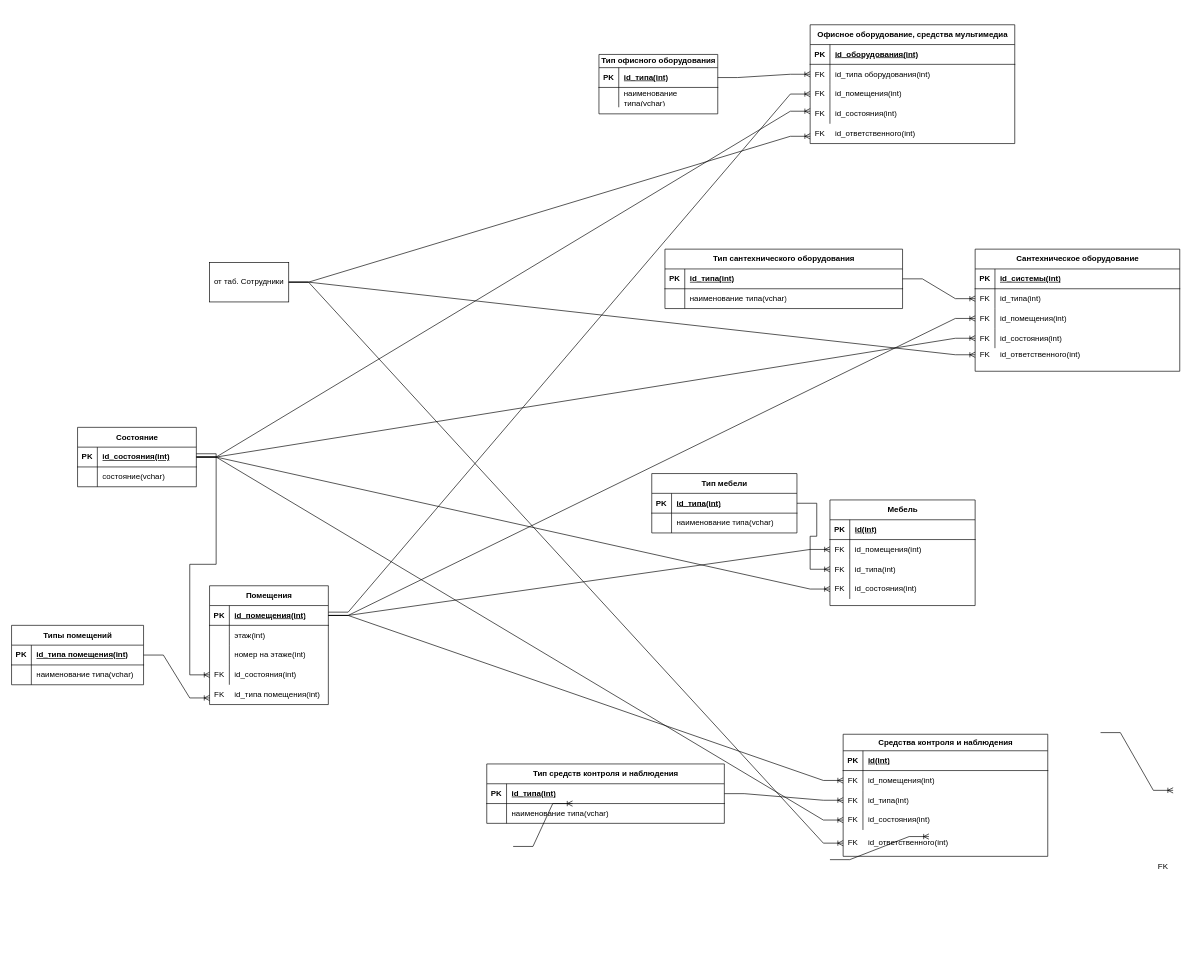
Above: page "Страница 1" (1 of 4) of Museum_DB.drawio in alexolhovskiy/BD_diagramma (draw.io), before the change. Source tidied: cells renumbered, new cells numbered last; positions are measured from the earlier drawing's top-left corner, leaving out a move shared by most shapes. Both pictures are drawn from the tidied source at 66%, with x=0, y=0 at pixel (11, 24).
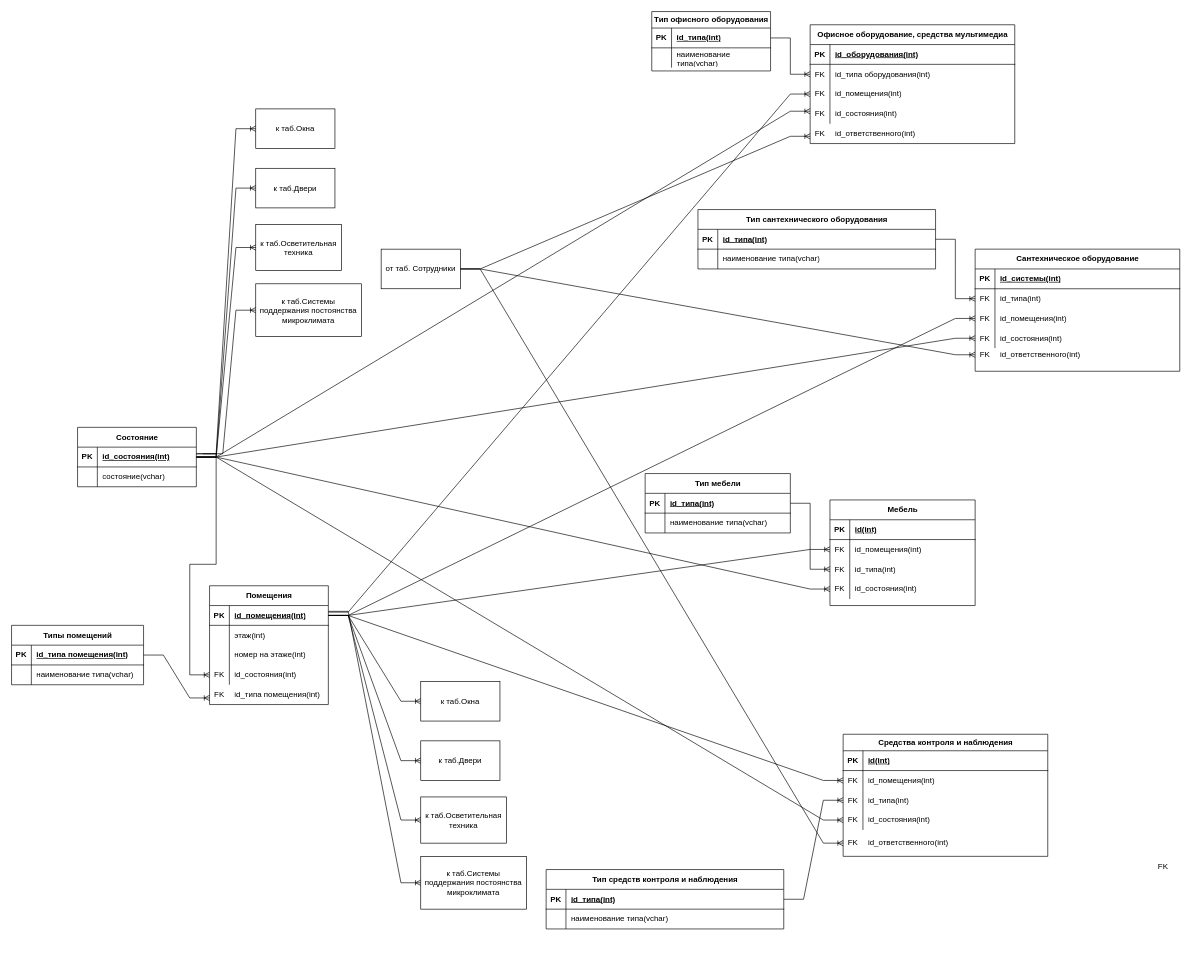
Above is the later version.

The change refers to these unchanged cells:
```xml
<mxCell id="3" style="shape=tableRow;horizontal=0;startSize=0;swimlaneHead=0;swimlaneBody=0;fillColor=none;points=[[0,0.5],[1,0.5]];portConstraint=eastwest;top=0;left=0;right=0;bottom=1;" parent="2" vertex="1">
  <mxGeometry y="30" width="180" height="30" as="geometry" />
</mxCell>
<mxCell id="115" style="shape=tableRow;horizontal=0;startSize=0;swimlaneHead=0;swimlaneBody=0;fillColor=none;points=[[0,0.5],[1,0.5]];portConstraint=eastwest;top=0;left=0;right=0;bottom=1;" parent="114" vertex="1">
  <mxGeometry y="30" width="180" height="30" as="geometry" />
</mxCell>
```

What changed in the source:
```diff
@@
     <mxCell id="25" value="Тип средств контроля и наблюдения" style="shape=table;startSize=30;childLayout=tableLayout;rowLines=0;fontStyle=1;align=center;html=1;" parent="1" vertex="1">
-      <mxGeometry x="720" y="1120" width="360" height="90" as="geometry" />
+      <mxGeometry x="810" y="1280" width="360" height="90" as="geometry" />
     </mxCell>
@@
     <mxCell id="48" value="Тип мебели" style="shape=table;startSize=30;childLayout=tableLayout;rowLines=0;fontStyle=1;align=center;html=1;" parent="1" vertex="1">
-      <mxGeometry x="970" y="680" width="220" height="90" as="geometry" />
+      <mxGeometry x="960" y="680" width="220" height="90" as="geometry" />
     </mxCell>
@@
-    <mxCell id="70" value="Тип офисного оборудования" style="shape=table;startSize=20;childLayout=tableLayout;rowLines=0;fontStyle=1;align=center;html=1;" parent="1" vertex="1">
-      <mxGeometry x="890" y="45" width="180" height="90" as="geometry" />
+    <mxCell id="70" value="Тип офисного оборудования" style="shape=table;startSize=25;childLayout=tableLayout;rowLines=0;fontStyle=1;align=center;html=1;" parent="1" vertex="1">
+      <mxGeometry x="970" y="-20" width="180" height="90" as="geometry" />
     </mxCell>
     <mxCell id="71" style="shape=tableRow;horizontal=0;startSize=0;swimlaneHead=0;swimlaneBody=0;fillColor=none;points=[[0,0.5],[1,0.5]];portConstraint=eastwest;top=0;left=0;right=0;bottom=1;" parent="70" vertex="1">
-      <mxGeometry y="20" width="180" height="30" as="geometry" />
+      <mxGeometry y="25" width="180" height="30" as="geometry" />
     </mxCell>
@@
     <mxCell id="74" style="shape=tableRow;horizontal=0;startSize=0;swimlaneHead=0;swimlaneBody=0;fillColor=none;top=0;left=0;right=0;bottom=0;" parent="70" vertex="1">
-      <mxGeometry y="50" width="180" height="30" as="geometry" />
+      <mxGeometry y="55" width="180" height="30" as="geometry" />
     </mxCell>
@@
-    <mxCell id="78" style="edgeStyle=entityRelationEdgeStyle;fontSize=12;html=1;endArrow=ERoneToMany;rounded=0;exitX=1;exitY=0.5;exitDx=0;exitDy=0;entryX=0;entryY=0.5;entryDx=0;entryDy=0;" parent="1" edge="1">
-      <mxGeometry relative="1" as="geometry">
-        <mxPoint x="1240" y="1265" as="sourcePoint" />
-        <mxPoint x="1390" y="1230" as="targetPoint" />
-      </mxGeometry>
-    </mxCell>
-    <mxCell id="79" style="edgeStyle=entityRelationEdgeStyle;fontSize=12;html=1;endArrow=ERoneToMany;rounded=0;exitX=1;exitY=0.5;exitDx=0;exitDy=0;entryX=0;entryY=0.5;entryDx=0;entryDy=0;" parent="1" edge="1">
-      <mxGeometry relative="1" as="geometry">
-        <mxPoint x="760" y="1245" as="sourcePoint" />
-        <mxPoint x="850" y="1180" as="targetPoint" />
-      </mxGeometry>
-    </mxCell>
     <mxCell id="80" value="Тип сантехнического оборудования" style="shape=table;startSize=30;childLayout=tableLayout;rowLines=0;fontStyle=1;align=center;html=1;" parent="1" vertex="1">
-      <mxGeometry x="990" y="340" width="360" height="90" as="geometry" />
+      <mxGeometry x="1040" y="280" width="360" height="90" as="geometry" />
     </mxCell>
@@
-    <mxCell id="92" style="edgeStyle=entityRelationEdgeStyle;fontSize=12;html=1;endArrow=ERoneToMany;rounded=0;exitX=1;exitY=0.5;exitDx=0;exitDy=0;entryX=0;entryY=0.5;entryDx=0;entryDy=0;" parent="1" edge="1">
-      <mxGeometry relative="1" as="geometry">
-        <mxPoint x="1650" y="1072.5" as="sourcePoint" />
-        <mxPoint x="1760" y="1160" as="targetPoint" />
-      </mxGeometry>
-    </mxCell>
     <mxCell id="93" value="&lt;div&gt;от таб. Сотрудники&lt;/div&gt;" style="rounded=0;whiteSpace=wrap;html=1;" parent="1" vertex="1">
-      <mxGeometry x="300" y="360" width="120" height="60" as="geometry" />
+      <mxGeometry x="560" y="340" width="120" height="60" as="geometry" />
     </mxCell>
@@
+    <mxCell id="142" value="к таб.Окна" style="rounded=0;whiteSpace=wrap;html=1;" parent="1" vertex="1">
+      <mxGeometry x="620" y="995" width="120" height="60" as="geometry" />
+    </mxCell>
+    <mxCell id="143" value="к таб.Двери" style="rounded=0;whiteSpace=wrap;html=1;" parent="1" vertex="1">
+      <mxGeometry x="620" y="1085" width="120" height="60" as="geometry" />
+    </mxCell>
+    <mxCell id="144" value="к таб.Системы поддержания постоянства микроклимата" style="rounded=0;whiteSpace=wrap;html=1;" parent="1" vertex="1">
+      <mxGeometry x="620" y="1260" width="160" height="80" as="geometry" />
+    </mxCell>
+    <mxCell id="145" value="&lt;div&gt;к таб.Осветительная техника&lt;/div&gt;" style="rounded=0;whiteSpace=wrap;html=1;" parent="1" vertex="1">
+      <mxGeometry x="620" y="1170" width="130" height="70" as="geometry" />
+    </mxCell>
+    <mxCell id="146" style="edgeStyle=entityRelationEdgeStyle;fontSize=12;html=1;endArrow=ERoneToMany;rounded=0;exitX=1;exitY=0.5;exitDx=0;exitDy=0;entryX=0;entryY=0.5;entryDx=0;entryDy=0;" parent="1" edge="1" source="115" target="142">
+      <mxGeometry relative="1" as="geometry" />
+    </mxCell>
+    <mxCell id="147" style="edgeStyle=entityRelationEdgeStyle;fontSize=12;html=1;endArrow=ERoneToMany;rounded=0;exitX=1;exitY=0.5;exitDx=0;exitDy=0;entryX=0;entryY=0.5;entryDx=0;entryDy=0;" parent="1" edge="1" source="115" target="143">
+      <mxGeometry relative="1" as="geometry" />
+    </mxCell>
+    <mxCell id="148" style="edgeStyle=entityRelationEdgeStyle;fontSize=12;html=1;endArrow=ERoneToMany;rounded=0;exitX=1;exitY=0.5;exitDx=0;exitDy=0;entryX=0;entryY=0.5;entryDx=0;entryDy=0;" parent="1" edge="1" source="115" target="145">
+      <mxGeometry relative="1" as="geometry" />
+    </mxCell>
+    <mxCell id="149" style="edgeStyle=entityRelationEdgeStyle;fontSize=12;html=1;endArrow=ERoneToMany;rounded=0;entryX=0;entryY=0.5;entryDx=0;entryDy=0;" parent="1" edge="1" target="144">
+      <mxGeometry relative="1" as="geometry">
+        <mxPoint x="480" y="888.8" as="sourcePoint" />
+      </mxGeometry>
+    </mxCell>
+    <mxCell id="150" value="к таб.Окна" style="rounded=0;whiteSpace=wrap;html=1;" parent="1" vertex="1">
+      <mxGeometry x="370" y="127.5" width="120" height="60" as="geometry" />
+    </mxCell>
+    <mxCell id="151" value="к таб.Двери" style="rounded=0;whiteSpace=wrap;html=1;" parent="1" vertex="1">
+      <mxGeometry x="370" y="217.5" width="120" height="60" as="geometry" />
+    </mxCell>
+    <mxCell id="152" value="к таб.Системы поддержания постоянства микроклимата" style="rounded=0;whiteSpace=wrap;html=1;" parent="1" vertex="1">
+      <mxGeometry x="370" y="392.5" width="160" height="80" as="geometry" />
+    </mxCell>
+    <mxCell id="153" value="&lt;div&gt;к таб.Осветительная техника&lt;/div&gt;" style="rounded=0;whiteSpace=wrap;html=1;" parent="1" vertex="1">
+      <mxGeometry x="370" y="302.5" width="130" height="70" as="geometry" />
+    </mxCell>
+    <mxCell id="154" style="edgeStyle=entityRelationEdgeStyle;fontSize=12;html=1;endArrow=ERoneToMany;rounded=0;" parent="1" edge="1" target="152">
+      <mxGeometry relative="1" as="geometry">
+        <mxPoint x="290" y="650" as="sourcePoint" />
+      </mxGeometry>
+    </mxCell>
+    <mxCell id="155" style="edgeStyle=entityRelationEdgeStyle;fontSize=12;html=1;endArrow=ERoneToMany;rounded=0;exitX=1;exitY=0.5;exitDx=0;exitDy=0;entryX=0;entryY=0.5;entryDx=0;entryDy=0;" parent="1" edge="1" source="3" target="153">
+      <mxGeometry relative="1" as="geometry" />
+    </mxCell>
+    <mxCell id="156" style="edgeStyle=entityRelationEdgeStyle;fontSize=12;html=1;endArrow=ERoneToMany;rounded=0;exitX=1;exitY=0.5;exitDx=0;exitDy=0;entryX=0;entryY=0.5;entryDx=0;entryDy=0;" parent="1" edge="1" source="3" target="151">
+      <mxGeometry relative="1" as="geometry" />
+    </mxCell>
+    <mxCell id="157" style="edgeStyle=entityRelationEdgeStyle;fontSize=12;html=1;endArrow=ERoneToMany;rounded=0;entryX=0;entryY=0.5;entryDx=0;entryDy=0;" parent="1" edge="1" target="150">
+      <mxGeometry relative="1" as="geometry">
+        <mxPoint x="280" y="650" as="sourcePoint" />
+      </mxGeometry>
+    </mxCell>
```
